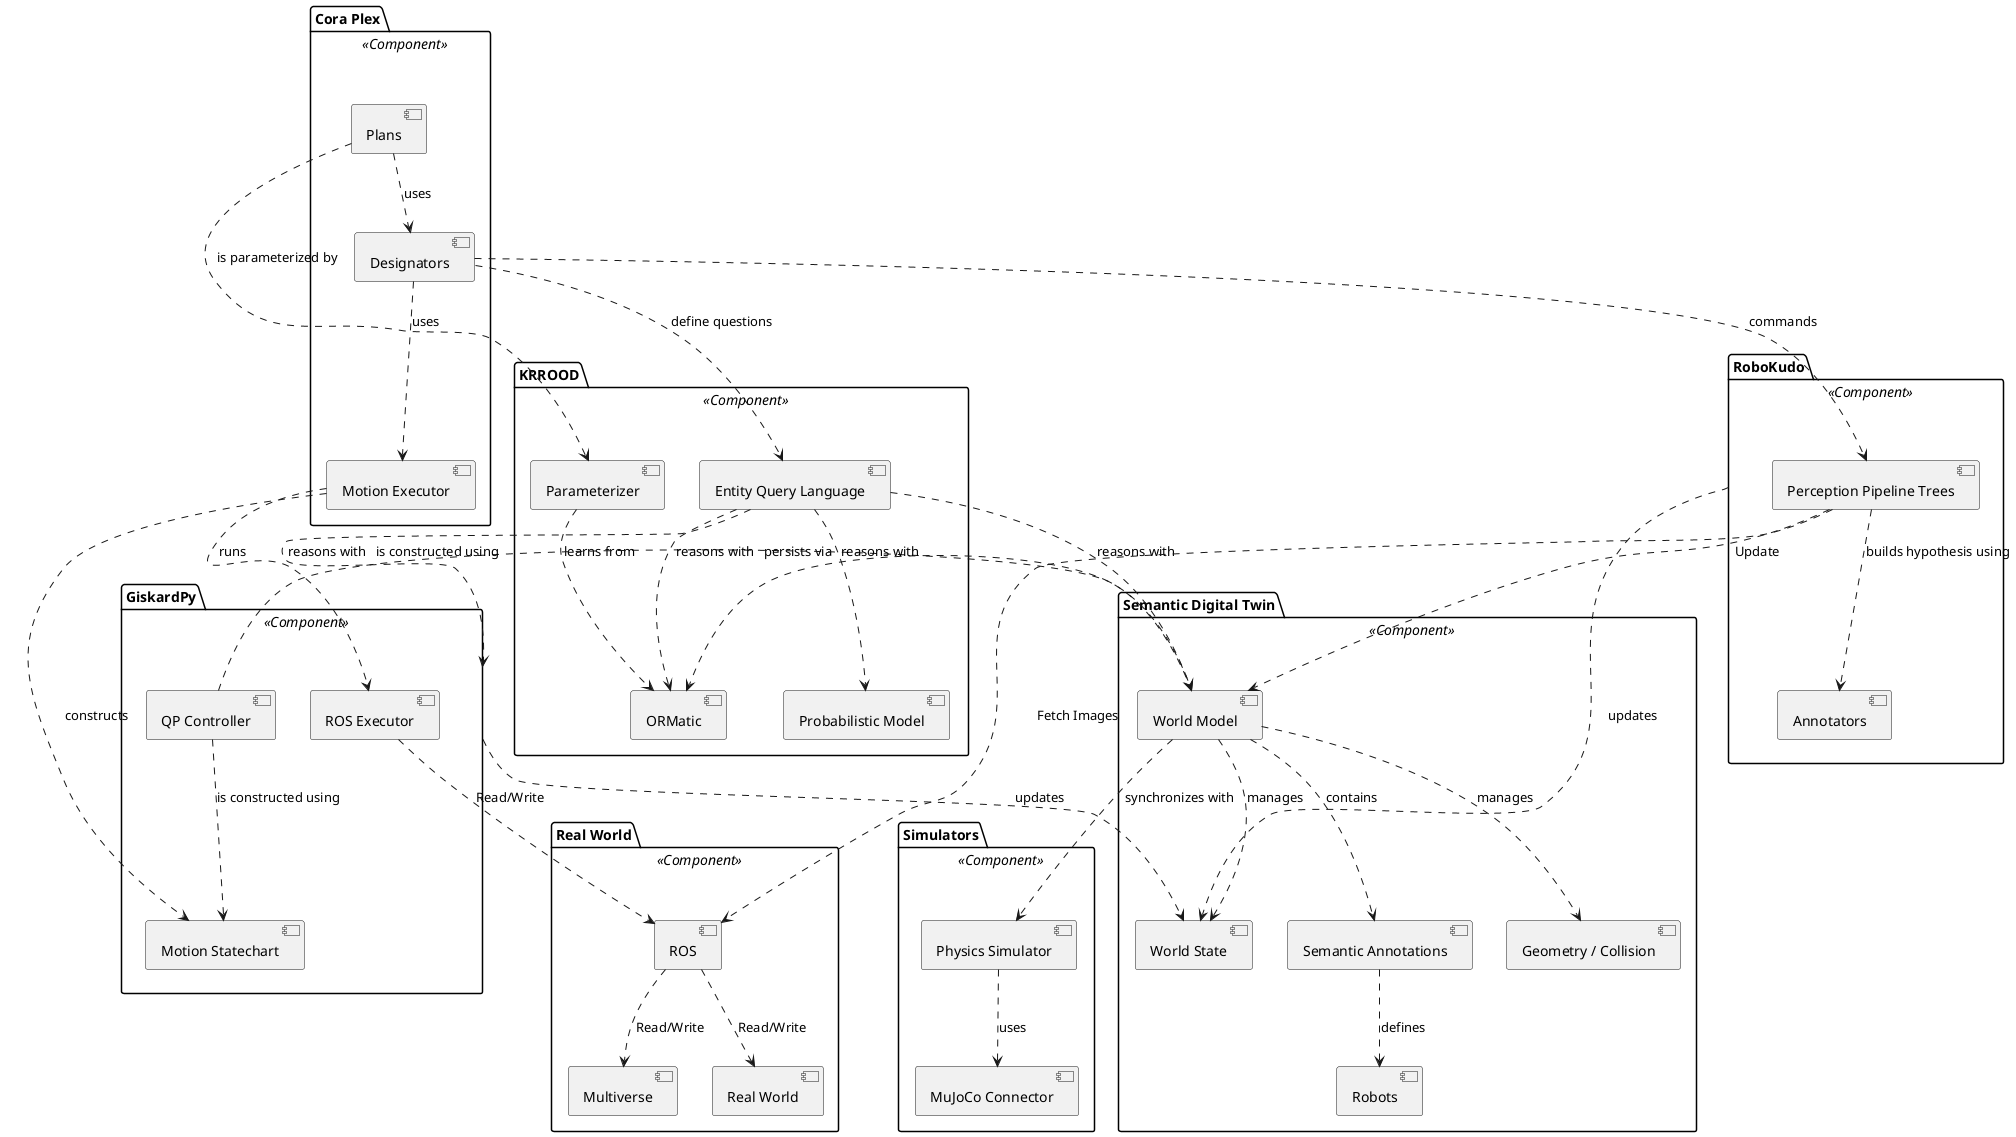
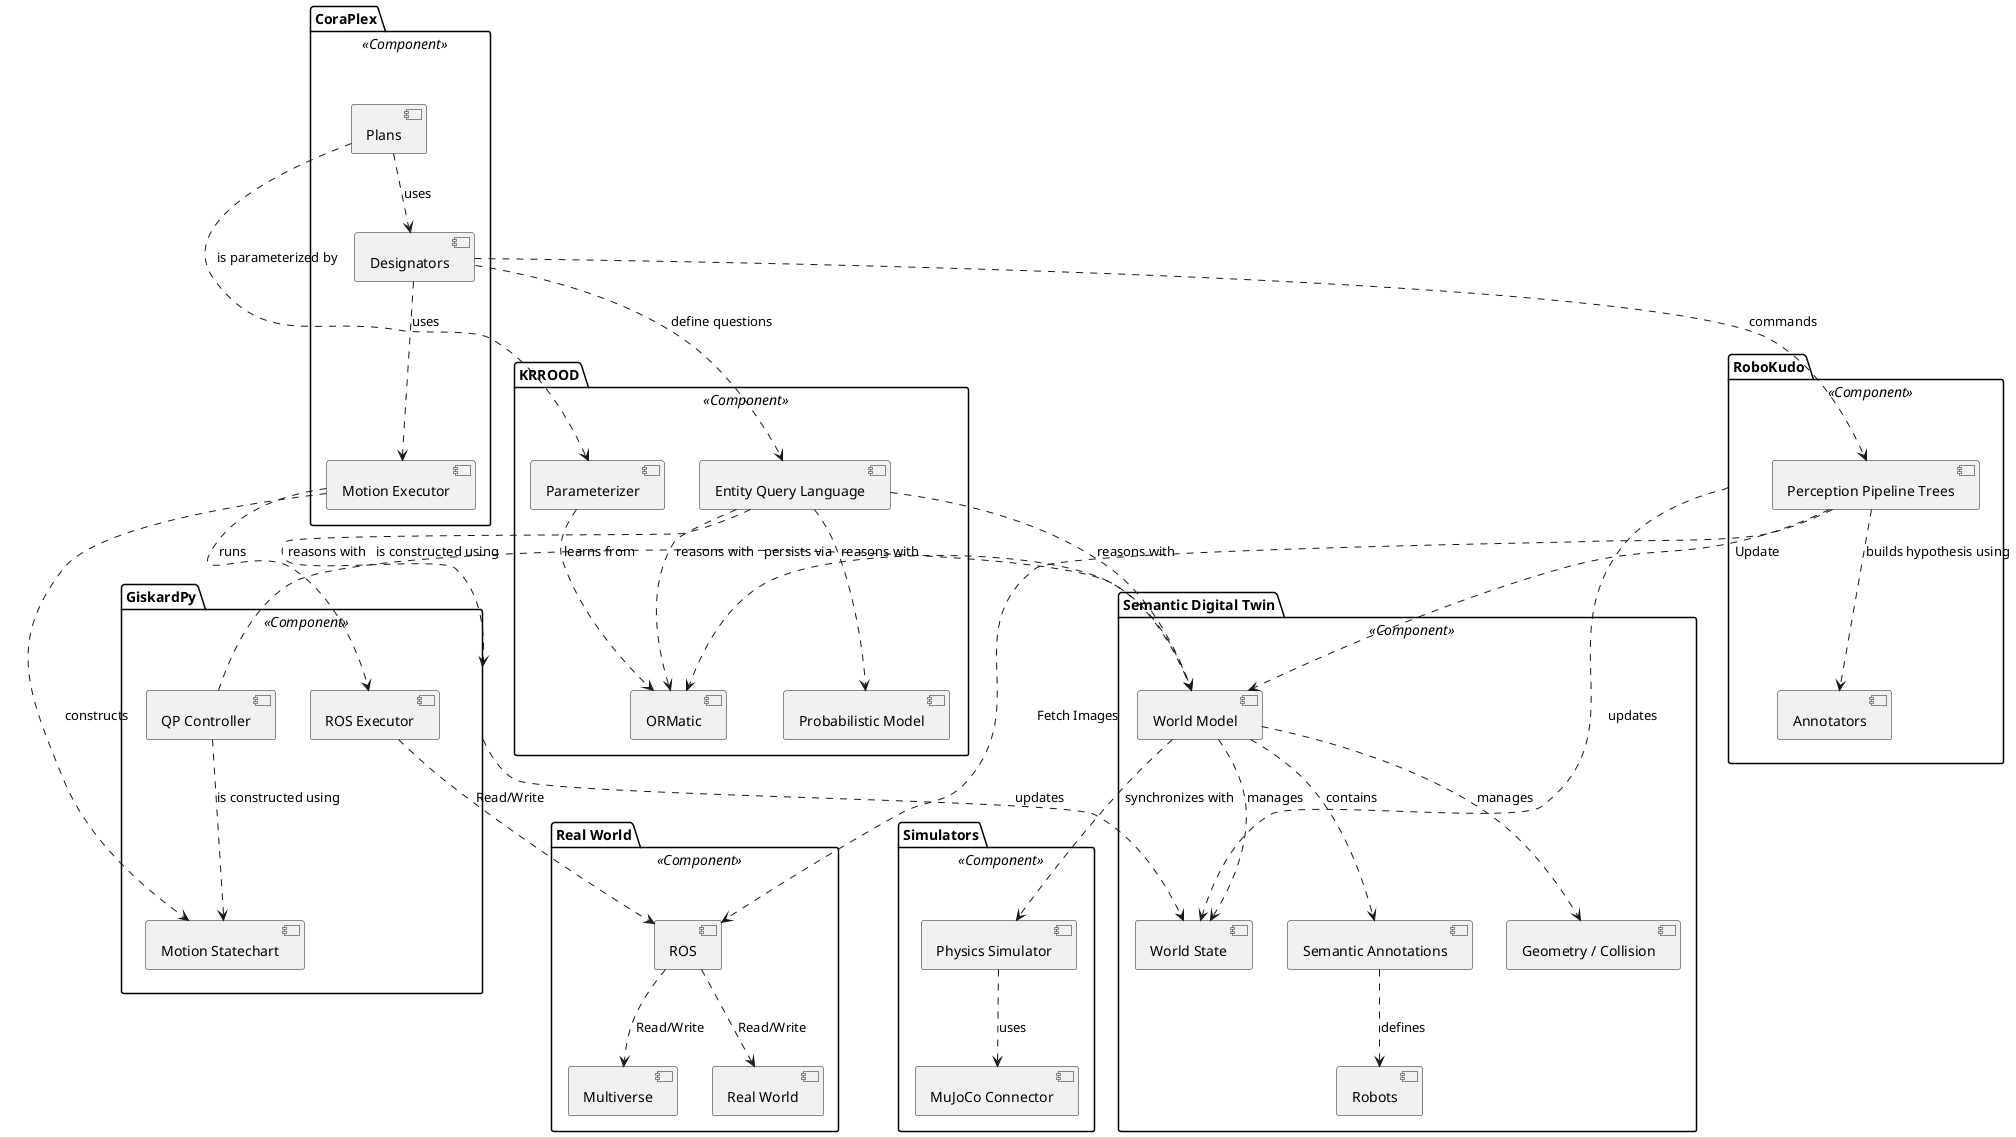
@startuml
skinparam componentStyle uml2
- package "Cora Plex" <<Component>> {
+ package "CoraPlex" <<Component>> {
    [Plans] as Plans
    [Designators] as Designators
    [Motion Executor] as MotionExecutor
}
package "Semantic Digital Twin" <<Component>> {
    [World Model] as WorldModel
    [Semantic Annotations] as Annotations
    [Geometry / Collision] as Geometry
    [World State] as WorldState
    [Robots] as Robots
}
package "GiskardPy" <<Component>> {
    [Motion Statechart] as Statechart
    [QP Controller] as QPController
    [ROS Executor] as RosExecutor
}
package "KRROOD" <<Component>> {
    [Entity Query Language] as EQL
    [ORMatic] as ORM
    [Probabilistic Model] as PM
    [Parameterizer] as Parameterizer
}
package "Simulators" <<Component>> {
    [Physics Simulator] as MultiSim
    [MuJoCo Connector] as Mujoco
}
package "Real World" <<Component>> {
    [ROS] as ROS
    [Multiverse] as Multiverse
    [Real World] as RealWorld
}
package "RoboKudo" <<Component>> {
[Perception Pipeline Trees] as Pipeline
[Annotators] as Annotators
}
' Relationships
Plans ..> Designators : uses
Plans ..> Parameterizer : is parameterized by
Pipeline ..> Annotators : builds hypothesis using
Parameterizer ..> ORM : learns from
Designators ..> MotionExecutor: uses
MotionExecutor ..> Statechart : constructs
MotionExecutor ..> RosExecutor : runs
WorldModel ..> ORM : persists via
WorldModel ..> Annotations : contains
WorldModel ..> Geometry : manages
WorldModel ..> WorldState : manages
GiskardPy ..> WorldState : updates
RoboKudo ..> WorldState : updates
Annotations ..> Robots : defines
Designators ..> EQL : define questions
QPController ..> Statechart : is constructed using
QPController ..> WorldModel : is constructed using
Designators ..> Pipeline : commands
EQL ..> ORM : reasons with
EQL ..> PM : reasons with
EQL ..> WorldModel : reasons with
EQL ..> GiskardPy : reasons with
RosExecutor ..> ROS : Read/Write
ROS ..> RealWorld : Read/Write
ROS ..> Multiverse : Read/Write
MultiSim ..> Mujoco : uses
WorldModel ..> MultiSim : synchronizes with
Pipeline ..> ROS : Fetch Images
Pipeline ..> WorldModel : Update
@enduml